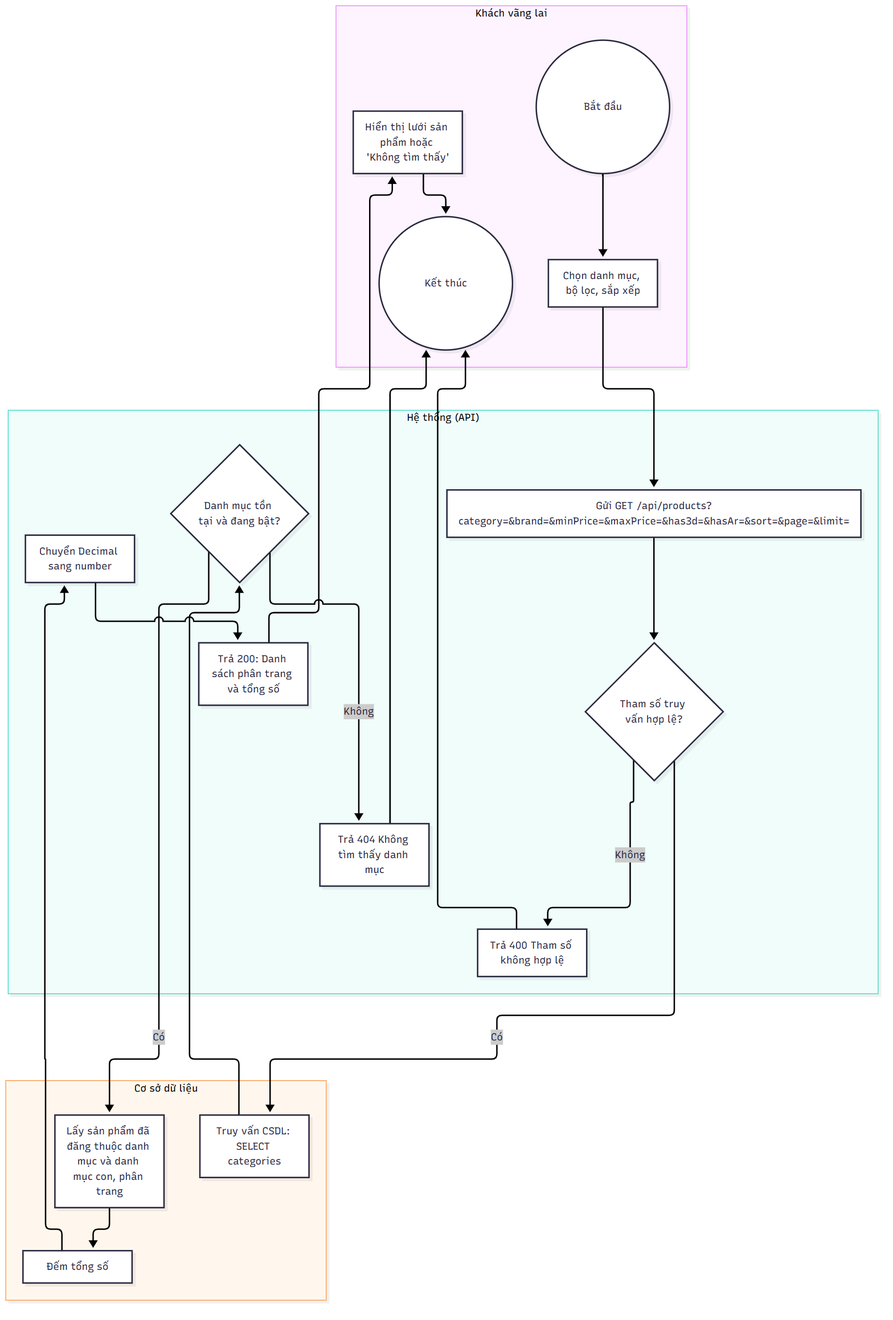
Above: docs/diagrams/png/activity_UC-CAT-02_duyet-san-pham-theo-danh-muc.png in 2431540234-arch/XDUDTMDT (Mermaid), before the change. Its source is kept beside it as docs/diagrams/src/activity_UC-CAT-02_duyet-san-pham-theo-danh-muc.mmd.
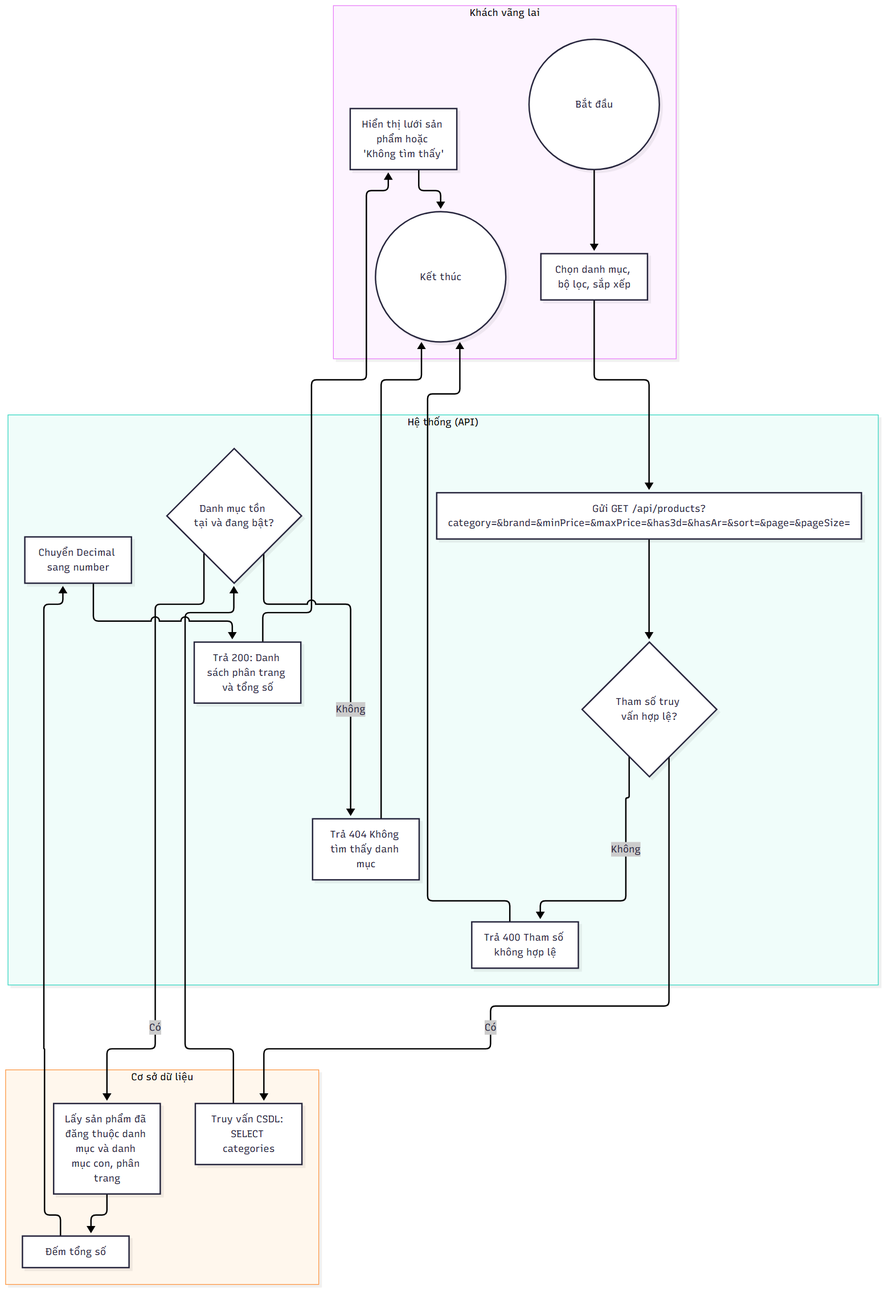
The same file after the commit.

Change to the diagram source:
```diff
@@ -6,7 +6,7 @@
         n14(("Kết thúc"))
     end
     subgraph LANE_S["Hệ thống (API)"]
-        n3["Gửi GET /api/products?category=&brand=&minPrice=&maxPrice=&has3d=&hasAr=&sort=&page=&limit="]
+        n3["Gửi GET /api/products?category=&brand=&minPrice=&maxPrice=&has3d=&hasAr=&sort=&page=&pageSize="]
         n4{"Tham số truy vấn hợp lệ?"}
         n5["Trả 400 Tham số không hợp lệ"]
         n7{"Danh mục tồn tại và đang bật?"}
```
